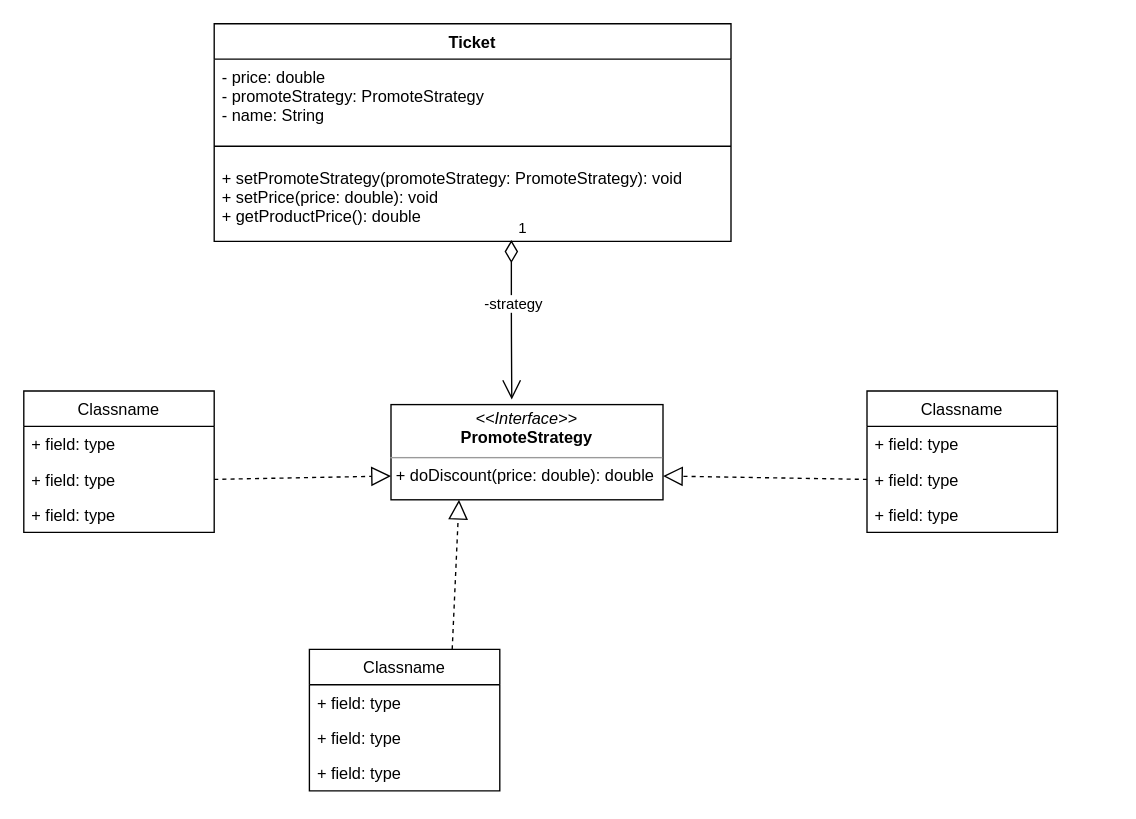
Above: StrategyDesignPatternDemo.drawio in tue0305/DesignPatternDemo (draw.io), before the change. Source tidied: cells renumbered, new cells numbered last; positions are measured from the earlier drawing's top-left corner, leaving out a move shared by most shapes. Both pictures are drawn from the tidied source at 136%, with x=0, y=0 at pixel (23, 23).
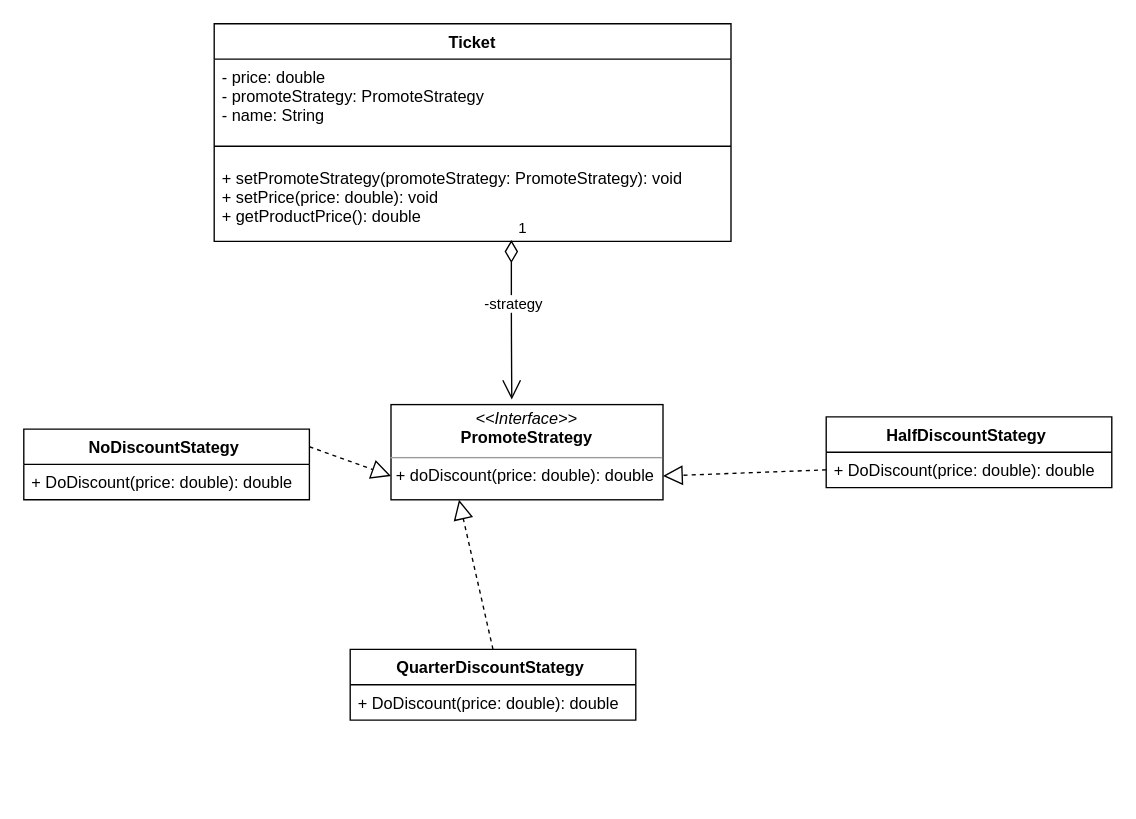
The same page after the edit.

Unchanged cells that the change refers to:
```xml
<mxCell id="6" value="&lt;p style=&quot;margin: 0px ; margin-top: 4px ; text-align: center&quot;&gt;&lt;i&gt;&amp;lt;&amp;lt;Interface&amp;gt;&amp;gt;&lt;/i&gt;&lt;br&gt;&lt;b&gt;PromoteStrategy&lt;/b&gt;&lt;/p&gt;&lt;hr size=&quot;1&quot;&gt;&lt;p style=&quot;margin: 0px ; margin-left: 4px&quot;&gt;+ doDiscount(price: double): double&lt;br&gt;&lt;/p&gt;&lt;p style=&quot;margin: 0px ; margin-left: 4px&quot;&gt;&lt;br&gt;&lt;/p&gt;" style="verticalAlign=top;align=left;overflow=fill;fontSize=12;fontFamily=Helvetica;html=1;" parent="1" vertex="1">
  <mxGeometry x="270" y="280" width="200" height="70" as="geometry" />
</mxCell>
```

Diff of the diagram source:
```diff
@@
-    <mxCell id="9" value="Classname" style="swimlane;fontStyle=0;horizontal=1;startSize=26;fillColor=none;" parent="1" vertex="1">
-      <mxGeometry x="620" y="270" width="140" height="104" as="geometry" />
-    </mxCell>
-    <mxCell id="10" value="+ field: type" style="text;strokeColor=none;fillColor=none;align=left;verticalAlign=top;spacingLeft=4;spacingRight=4;overflow=hidden;" parent="9" vertex="1">
-      <mxGeometry y="26" width="140" height="26" as="geometry" />
-    </mxCell>
-    <mxCell id="11" value="+ field: type" style="text;strokeColor=none;fillColor=none;align=left;verticalAlign=top;spacingLeft=4;spacingRight=4;overflow=hidden;points=[[0,0.5],[1,0.5]];portConstraint=eastwest;" parent="9" vertex="1">
-      <mxGeometry y="52" width="140" height="26" as="geometry" />
-    </mxCell>
-    <mxCell id="12" value="+ field: type" style="text;strokeColor=none;fillColor=none;align=left;verticalAlign=top;spacingLeft=4;spacingRight=4;overflow=hidden;" parent="9" vertex="1">
-      <mxGeometry y="78" width="140" height="26" as="geometry" />
-    </mxCell>
-    <mxCell id="13" value="Classname" style="swimlane;fontStyle=0;horizontal=1;startSize=26;fillColor=none;" parent="1" vertex="1">
-      <mxGeometry x="210" y="460" width="140" height="104" as="geometry" />
-    </mxCell>
-    <mxCell id="14" value="+ field: type" style="text;strokeColor=none;fillColor=none;align=left;verticalAlign=top;spacingLeft=4;spacingRight=4;overflow=hidden;" parent="13" vertex="1">
-      <mxGeometry y="26" width="140" height="26" as="geometry" />
-    </mxCell>
-    <mxCell id="15" value="+ field: type" style="text;strokeColor=none;fillColor=none;align=left;verticalAlign=top;spacingLeft=4;spacingRight=4;overflow=hidden;" parent="13" vertex="1">
-      <mxGeometry y="52" width="140" height="26" as="geometry" />
-    </mxCell>
-    <mxCell id="16" value="+ field: type" style="text;strokeColor=none;fillColor=none;align=left;verticalAlign=top;spacingLeft=4;spacingRight=4;overflow=hidden;" parent="13" vertex="1">
-      <mxGeometry y="78" width="140" height="26" as="geometry" />
-    </mxCell>
-    <mxCell id="17" value="Classname" style="swimlane;fontStyle=0;horizontal=1;startSize=26;fillColor=none;" parent="1" vertex="1">
-      <mxGeometry y="270" width="140" height="104" as="geometry" />
+    <mxCell id="17" value="NoDiscountStategy " style="swimlane;fontStyle=1;horizontal=1;startSize=26;fillColor=none;" parent="1" vertex="1">
+      <mxGeometry y="298" width="210" height="52" as="geometry" />
     </mxCell>
-    <mxCell id="18" value="+ field: type" style="text;strokeColor=none;fillColor=none;align=left;verticalAlign=top;spacingLeft=4;spacingRight=4;overflow=hidden;" parent="17" vertex="1">
-      <mxGeometry y="26" width="140" height="26" as="geometry" />
-    </mxCell>
-    <mxCell id="19" value="+ field: type" style="text;strokeColor=none;fillColor=none;align=left;verticalAlign=top;spacingLeft=4;spacingRight=4;overflow=hidden;points=[[0,0.5],[1,0.5]];portConstraint=eastwest;" parent="17" vertex="1">
-      <mxGeometry y="52" width="140" height="26" as="geometry" />
-    </mxCell>
-    <mxCell id="20" value="+ field: type" style="text;strokeColor=none;fillColor=none;align=left;verticalAlign=top;spacingLeft=4;spacingRight=4;overflow=hidden;" parent="17" vertex="1">
-      <mxGeometry y="78" width="140" height="26" as="geometry" />
+    <mxCell id="20" value="+ DoDiscount(price: double): double" style="text;strokeColor=none;fillColor=none;align=left;verticalAlign=top;spacingLeft=4;spacingRight=4;overflow=hidden;" parent="17" vertex="1">
+      <mxGeometry y="26" width="210" height="26" as="geometry" />
     </mxCell>
-    <mxCell id="21" style="endArrow=block;dashed=1;endFill=0;endSize=12;html=1;entryX=0;entryY=0.75;entryDx=0;entryDy=0;exitX=1;exitY=0.5;exitDx=0;exitDy=0;" parent="1" edge="1" source="19" target="6">
+    <mxCell id="21" style="endArrow=block;dashed=1;endFill=0;endSize=12;html=1;entryX=0;entryY=0.75;entryDx=0;entryDy=0;exitX=1;exitY=0.25;exitDx=0;exitDy=0;" parent="1" edge="1" source="17" target="6">
       <mxGeometry relative="1" as="geometry" />
     </mxCell>
-    <mxCell id="22" style="endArrow=block;dashed=1;endFill=0;endSize=12;html=1;entryX=0.25;entryY=1;entryDx=0;entryDy=0;exitX=0.75;exitY=0;exitDx=0;exitDy=0;" parent="1" edge="1" source="13" target="6">
+    <mxCell id="22" style="endArrow=block;dashed=1;endFill=0;endSize=12;html=1;entryX=0.25;entryY=1;entryDx=0;entryDy=0;exitX=0.5;exitY=0;exitDx=0;exitDy=0;" parent="1" edge="1" source="24" target="6">
       <mxGeometry relative="1" as="geometry" />
     </mxCell>
-    <mxCell id="23" style="endArrow=block;dashed=1;endFill=0;endSize=12;html=1;entryX=1;entryY=0.75;entryDx=0;entryDy=0;exitX=0;exitY=0.5;exitDx=0;exitDy=0;" parent="1" edge="1" source="11" target="6">
+    <mxCell id="23" style="endArrow=block;dashed=1;endFill=0;endSize=12;html=1;entryX=1;entryY=0.75;entryDx=0;entryDy=0;exitX=0;exitY=0.5;exitDx=0;exitDy=0;" parent="1" edge="1" source="27" target="6">
       <mxGeometry relative="1" as="geometry" />
     </mxCell>
+    <mxCell id="24" value="QuarterDiscountStategy " style="swimlane;fontStyle=1;horizontal=1;startSize=26;fillColor=none;" parent="1" vertex="1">
+      <mxGeometry x="240" y="460" width="210" height="52" as="geometry" />
+    </mxCell>
+    <mxCell id="25" value="+ DoDiscount(price: double): double" style="text;strokeColor=none;fillColor=none;align=left;verticalAlign=top;spacingLeft=4;spacingRight=4;overflow=hidden;" parent="24" vertex="1">
+      <mxGeometry y="26" width="210" height="26" as="geometry" />
+    </mxCell>
+    <mxCell id="26" value="HalfDiscountStategy " style="swimlane;fontStyle=1;horizontal=1;startSize=26;fillColor=none;" parent="1" vertex="1">
+      <mxGeometry x="590" y="289" width="210" height="52" as="geometry" />
+    </mxCell>
+    <mxCell id="27" value="+ DoDiscount(price: double): double" style="text;strokeColor=none;fillColor=none;align=left;verticalAlign=top;spacingLeft=4;spacingRight=4;overflow=hidden;points=[[0,0.5],[1,0.5]];portConstraint=eastwest;" parent="26" vertex="1">
+      <mxGeometry y="26" width="210" height="26" as="geometry" />
+    </mxCell>
```
